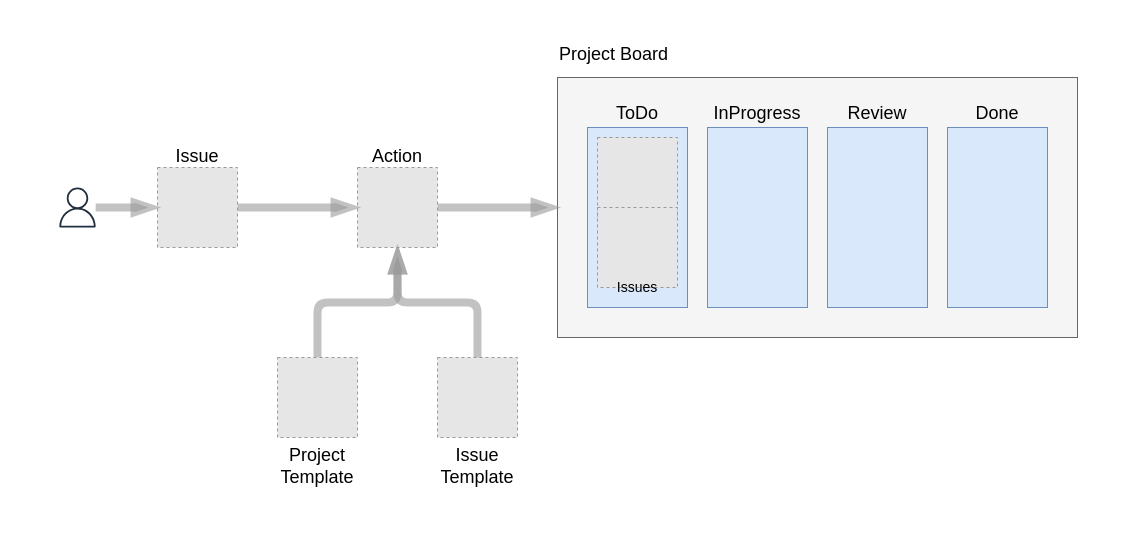
Earlier version of the draw.io diagram docs/images/pb-action.drawio (jefeish/project-template-action). Source tidied: cells renumbered, new cells numbered last; positions are measured from the earlier drawing's top-left corner, leaving out a move shared by most shapes. Both pictures are drawn from the tidied source at 100%, with x=0, y=0 at pixel (57, 37). Pictures stored in the file or linked from it are replaced by grey dashed boxes.
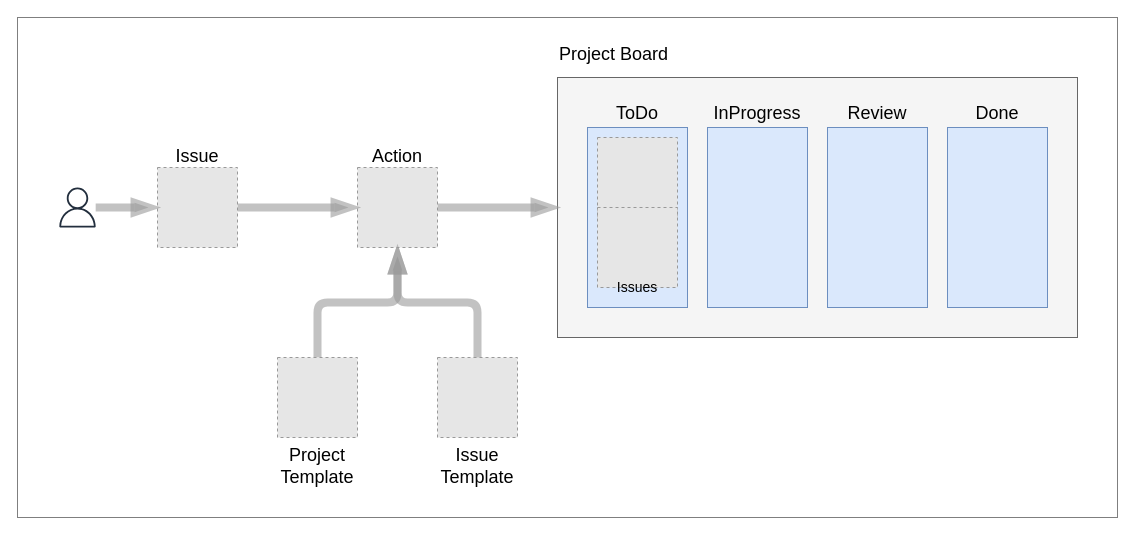
The same diagram, later.

Change to the diagram source:
```diff
@@
+    <mxCell id="21" style="rounded=0;whiteSpace=wrap;html=1;opacity=50;" parent="1" vertex="1">
+      <mxGeometry x="-40" y="-20" width="1100" height="500" as="geometry" />
+    </mxCell>
```
